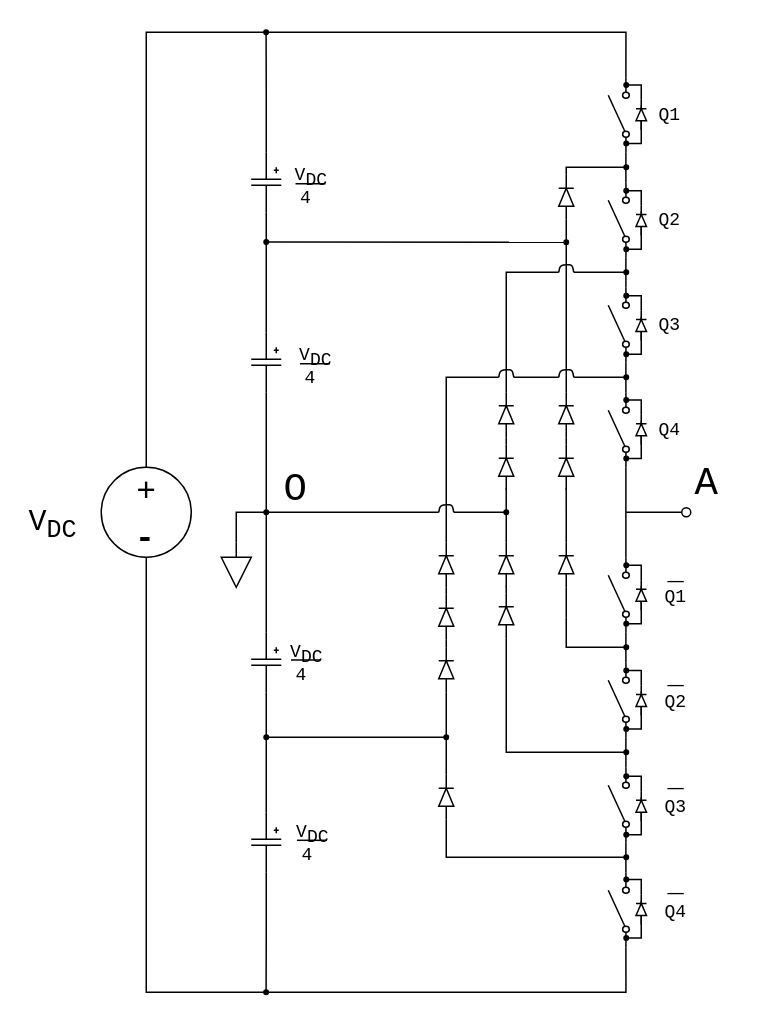
thece36/drawio keeps this draw.io diagram as DCMI.drawio. Above is the earlier version. Source tidied: cells renumbered, new cells numbered last; positions are measured from the earlier drawing's top-left corner, leaving out a move shared by most shapes. Both pictures are drawn from the tidied source at 150%, with x=0, y=0 at pixel (26, 32).
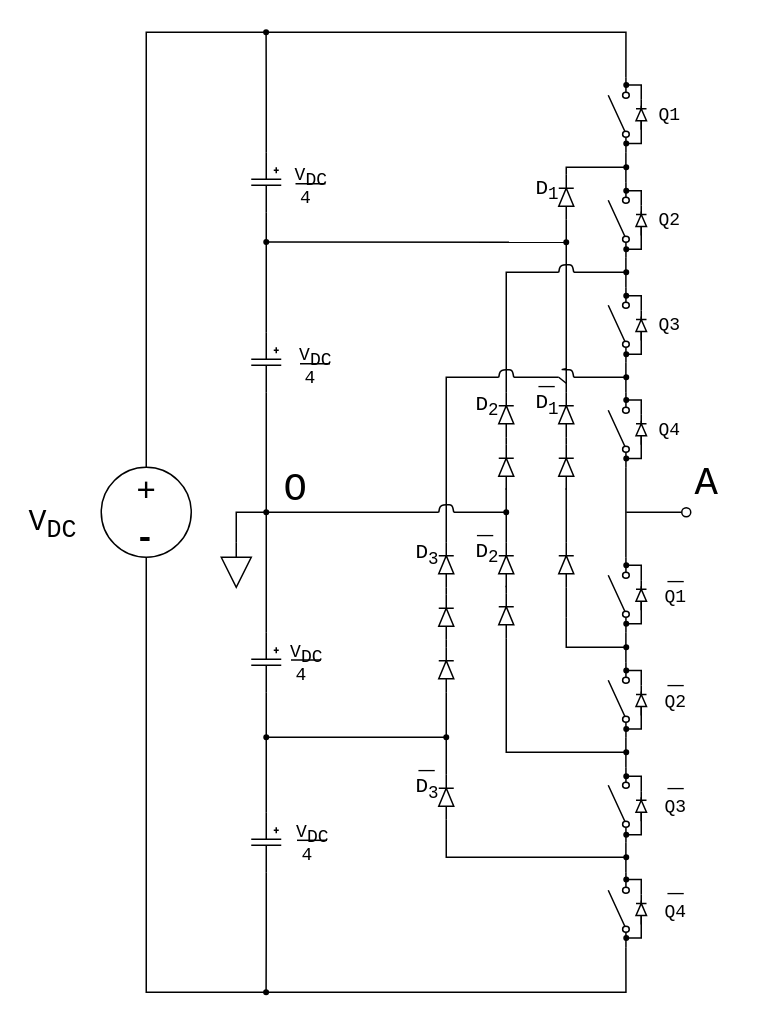
The same page after the edit.

Change to the diagram source:
```diff
@@
-    <mxCell id="53" style="endArrow=none;html=1;" parent="1" edge="1">
+    <mxCell id="53" style="endArrow=none;html=1;" parent="1" edge="1" source="131">
       <mxGeometry relative="1" as="geometry">
-        <mxPoint x="355" y="230" as="sourcePoint" />
         <mxPoint x="365" y="230" as="targetPoint" />
         <Array as="points">
           <mxPoint x="356" y="225" />
           <mxPoint x="364" y="225" />
         </Array>
       </mxGeometry>
     </mxCell>
@@
+    <mxCell id="129" value="&lt;font style=&quot;font-size: 14px&quot;&gt;D&lt;sub&gt;1&lt;/sub&gt;&lt;/font&gt;" style="text;html=1;align=left;verticalAlign=top;spacingTop=-4;fontSize=18;fontFamily=Courier New;fontColor=#000000;" parent="1" vertex="1">
+      <mxGeometry x="338" y="90" width="30" height="25" as="geometry" />
+    </mxCell>
+    <mxCell id="130" value="&lt;font style=&quot;font-size: 14px&quot;&gt;D&lt;sub&gt;1&lt;/sub&gt;&lt;/font&gt;" style="text;html=1;align=left;verticalAlign=top;spacingTop=-4;fontSize=18;fontFamily=Courier New;fontColor=#000000;" parent="1" vertex="1">
+      <mxGeometry x="338" y="233" width="30" height="25" as="geometry" />
+    </mxCell>
+    <mxCell id="131" value="&lt;font style=&quot;font-size: 18px;&quot; face=&quot;Courier New&quot;&gt;_&lt;/font&gt;" style="text;html=1;points=[];align=left;verticalAlign=top;spacingTop=-4;fontSize=18;" parent="1" vertex="1">
+      <mxGeometry x="340" y="216" width="20" height="20" as="geometry" />
+    </mxCell>
+    <mxCell id="132" style="endArrow=none;html=1;" parent="1" edge="1" target="131">
+      <mxGeometry relative="1" as="geometry">
+        <mxPoint x="355" y="230" as="sourcePoint" />
+      </mxGeometry>
+    </mxCell>
+    <mxCell id="133" value="&lt;font style=&quot;font-size: 14px&quot;&gt;D&lt;sub&gt;2&lt;/sub&gt;&lt;/font&gt;" style="text;html=1;align=left;verticalAlign=top;spacingTop=-4;fontSize=18;fontFamily=Courier New;fontColor=#000000;" parent="1" vertex="1">
+      <mxGeometry x="298" y="233.5" width="30" height="25" as="geometry" />
+    </mxCell>
+    <mxCell id="134" value="&lt;font style=&quot;font-size: 14px&quot;&gt;D&lt;sub&gt;2&lt;/sub&gt;&lt;/font&gt;" style="text;html=1;align=left;verticalAlign=top;spacingTop=-4;fontSize=18;fontFamily=Courier New;fontColor=#000000;" parent="1" vertex="1">
+      <mxGeometry x="298" y="332" width="30" height="25" as="geometry" />
+    </mxCell>
+    <mxCell id="135" value="&lt;font style=&quot;font-size: 18px;&quot; face=&quot;Courier New&quot;&gt;_&lt;/font&gt;" style="text;html=1;align=left;verticalAlign=top;spacingTop=-4;fontSize=18;" parent="1" vertex="1">
+      <mxGeometry x="299" y="315" width="20" height="20" as="geometry" />
+    </mxCell>
+    <mxCell id="136" value="&lt;font style=&quot;font-size: 14px&quot;&gt;D&lt;sub&gt;3&lt;/sub&gt;&lt;/font&gt;" style="text;html=1;align=left;verticalAlign=top;spacingTop=-4;fontSize=18;fontFamily=Courier New;fontColor=#000000;" parent="1" vertex="1">
+      <mxGeometry x="258" y="332.5" width="30" height="25" as="geometry" />
+    </mxCell>
+    <mxCell id="137" value="&lt;font style=&quot;font-size: 14px&quot;&gt;D&lt;sub&gt;3&lt;/sub&gt;&lt;/font&gt;" style="text;html=1;align=left;verticalAlign=top;spacingTop=-4;fontSize=18;fontFamily=Courier New;fontColor=#000000;" parent="1" vertex="1">
+      <mxGeometry x="258" y="489" width="30" height="25" as="geometry" />
+    </mxCell>
+    <mxCell id="138" value="&lt;font style=&quot;font-size: 18px;&quot; face=&quot;Courier New&quot;&gt;_&lt;/font&gt;" style="text;html=1;align=left;verticalAlign=top;spacingTop=-4;fontSize=18;" parent="1" vertex="1">
+      <mxGeometry x="260" y="472" width="20" height="20" as="geometry" />
+    </mxCell>
```
